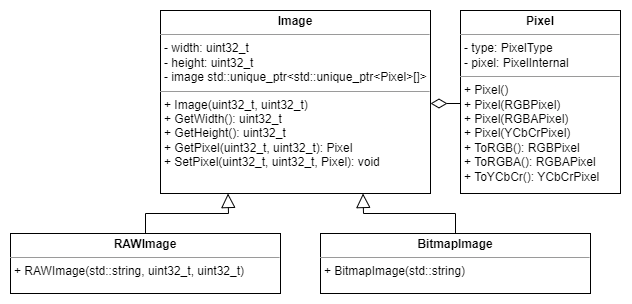
Earlier version of the draw.io export Common/media/Image.png (jozef17/Image-Processing). Source tidied: cells renumbered, new cells last; positions are measured from the earlier drawing's top-left corner, leaving out a move shared by most shapes.
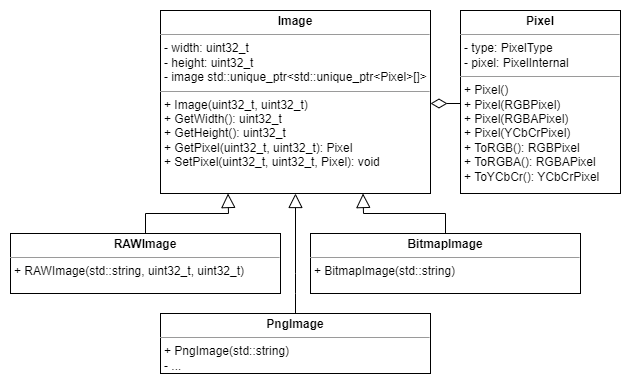
The same file after the commit.

Diff of the diagram source:
```diff
@@ -18,7 +18,7 @@
       <mxGeometry y="223" width="270" height="60" as="geometry" />
     </mxCell>
     <mxCell id="6" value="&lt;p style=&quot;margin:0px;margin-top:4px;text-align:center;&quot;&gt;&lt;b&gt;BitmapImage&lt;/b&gt;&lt;/p&gt;&lt;hr size=&quot;1&quot;&gt;&lt;p style=&quot;margin:0px;margin-left:4px;&quot;&gt;&lt;/p&gt;&lt;p style=&quot;margin:0px;margin-left:4px;&quot;&gt;+ BitmapImage(std::string)&lt;/p&gt;&lt;p style=&quot;margin:0px;margin-left:4px;&quot;&gt;&lt;br&gt;&lt;/p&gt;" style="verticalAlign=top;align=left;overflow=fill;fontSize=12;fontFamily=Helvetica;html=1;rounded=0;shadow=0;comic=0;labelBackgroundColor=none;strokeWidth=1;" parent="1" vertex="1">
-      <mxGeometry x="310" y="223" width="270" height="60" as="geometry" />
+      <mxGeometry x="300" y="223" width="270" height="60" as="geometry" />
     </mxCell>
     <mxCell id="7" style="endArrow=block;endFill=0;endSize=12;html=1;rounded=0;entryX=0.25;entryY=1;entryDx=0;entryDy=0;exitX=0.5;exitY=0;exitDx=0;exitDy=0;" parent="1" edge="1" source="5" target="2">
       <mxGeometry relative="1" as="geometry">
@@ -31,10 +31,21 @@
     <mxCell id="8" style="endArrow=block;endFill=0;endSize=12;html=1;rounded=0;entryX=0.75;entryY=1;entryDx=0;entryDy=0;exitX=0.5;exitY=0;exitDx=0;exitDy=0;" parent="1" edge="1" source="6" target="2">
       <mxGeometry relative="1" as="geometry">
         <Array as="points">
-          <mxPoint x="445" y="203" />
+          <mxPoint x="435" y="203" />
           <mxPoint x="353" y="203" />
         </Array>
       </mxGeometry>
     </mxCell>
+    <mxCell id="9" value="&lt;p style=&quot;margin:0px;margin-top:4px;text-align:center;&quot;&gt;&lt;b&gt;PngImage&lt;/b&gt;&lt;/p&gt;&lt;hr size=&quot;1&quot;&gt;&lt;p style=&quot;margin:0px;margin-left:4px;&quot;&gt;&lt;/p&gt;&lt;p style=&quot;margin:0px;margin-left:4px;&quot;&gt;+ PngImage(std::string)&lt;/p&gt;&lt;p style=&quot;margin:0px;margin-left:4px;&quot;&gt;- ...&lt;/p&gt;" style="verticalAlign=top;align=left;overflow=fill;fontSize=12;fontFamily=Helvetica;html=1;rounded=0;shadow=0;comic=0;labelBackgroundColor=none;strokeWidth=1;" parent="1" vertex="1">
+      <mxGeometry x="150" y="303" width="270" height="60" as="geometry" />
+    </mxCell>
+    <mxCell id="10" style="endArrow=block;endFill=0;endSize=12;html=1;rounded=0;entryX=0.5;entryY=1;entryDx=0;entryDy=0;exitX=0.5;exitY=0;exitDx=0;exitDy=0;" parent="1" edge="1" source="9" target="2">
+      <mxGeometry relative="1" as="geometry">
+        <Array as="points">
+          <mxPoint x="285" y="283" />
+          <mxPoint x="285" y="263" />
+        </Array>
+      </mxGeometry>
+    </mxCell>
   </root>
 </mxGraphModel>
```
